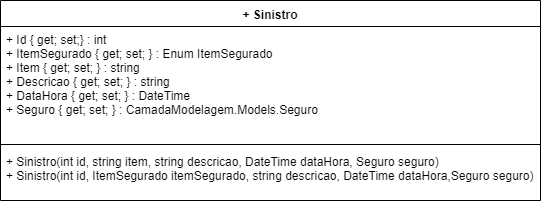
Above: Diagramas UML - GerencFrotas/02-Diagramas de Classe/03-Models/CamadaModelagemModels-Sinistro.png in talles2512/Gerenciamento-Frotas (draw.io), before the change. Source tidied: cells renumbered, new cells last; positions are measured from the earlier drawing's top-left corner, leaving out a move shared by most shapes. Source of this version:
```xml
<mxGraphModel>
  <root>
    <mxCell id="0" />
    <mxCell id="1" parent="0" />
    <mxCell id="2" value="+ Sinistro" style="swimlane;fontStyle=1;align=center;verticalAlign=top;horizontal=1;startSize=26;" parent="1" vertex="1">
      <mxGeometry width="540" height="200" as="geometry" />
    </mxCell>
    <mxCell id="3" value="+ Id { get; set;} : int&#10;+ ItemSegurado { get; set; } : Enum ItemSegurado&#10;+ Item { get; set; } : string&#10;+ Descricao { get; set; } : string&#10;+ DataHora { get; set; } : DateTime&#10;+ Seguro { get; set; } : CamadaModelagem.Models.Seguro" style="text;strokeColor=none;fillColor=none;align=left;verticalAlign=top;spacingLeft=4;spacingRight=4;overflow=hidden;" parent="2" vertex="1">
      <mxGeometry y="26" width="540" height="114" as="geometry" />
    </mxCell>
    <mxCell id="4" style="line;strokeWidth=1;fillColor=none;align=left;verticalAlign=middle;spacingTop=-1;spacingLeft=3;spacingRight=3;labelPosition=right;" parent="2" vertex="1">
      <mxGeometry y="140" width="540" height="8" as="geometry" />
    </mxCell>
    <mxCell id="5" value="+ Sinistro(int id, string item, string descricao, DateTime dataHora, Seguro seguro)&#10;+ Sinistro(int id, ItemSegurado itemSegurado, string descricao, DateTime dataHora,Seguro seguro)" style="text;strokeColor=none;fillColor=none;align=left;verticalAlign=top;spacingLeft=4;spacingRight=4;overflow=hidden;" parent="2" vertex="1">
      <mxGeometry y="148" width="540" height="52" as="geometry" />
    </mxCell>
  </root>
</mxGraphModel>
```
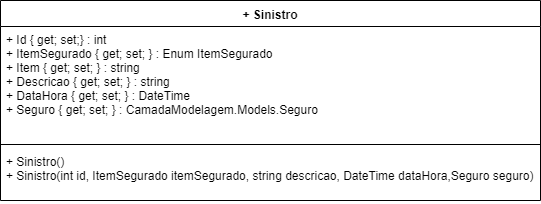
Above is the later version.

What changed in the source:
```diff
@@ -11,7 +11,7 @@
     <mxCell id="4" style="line;strokeWidth=1;fillColor=none;align=left;verticalAlign=middle;spacingTop=-1;spacingLeft=3;spacingRight=3;labelPosition=right;" parent="2" vertex="1">
       <mxGeometry y="140" width="540" height="8" as="geometry" />
     </mxCell>
-    <mxCell id="5" value="+ Sinistro(int id, string item, string descricao, DateTime dataHora, Seguro seguro)&#10;+ Sinistro(int id, ItemSegurado itemSegurado, string descricao, DateTime dataHora,Seguro seguro)" style="text;strokeColor=none;fillColor=none;align=left;verticalAlign=top;spacingLeft=4;spacingRight=4;overflow=hidden;" parent="2" vertex="1">
+    <mxCell id="5" value="+ Sinistro()&#10;+ Sinistro(int id, ItemSegurado itemSegurado, string descricao, DateTime dataHora,Seguro seguro)" style="text;strokeColor=none;fillColor=none;align=left;verticalAlign=top;spacingLeft=4;spacingRight=4;overflow=hidden;" parent="2" vertex="1">
       <mxGeometry y="148" width="540" height="52" as="geometry" />
     </mxCell>
   </root>
```
